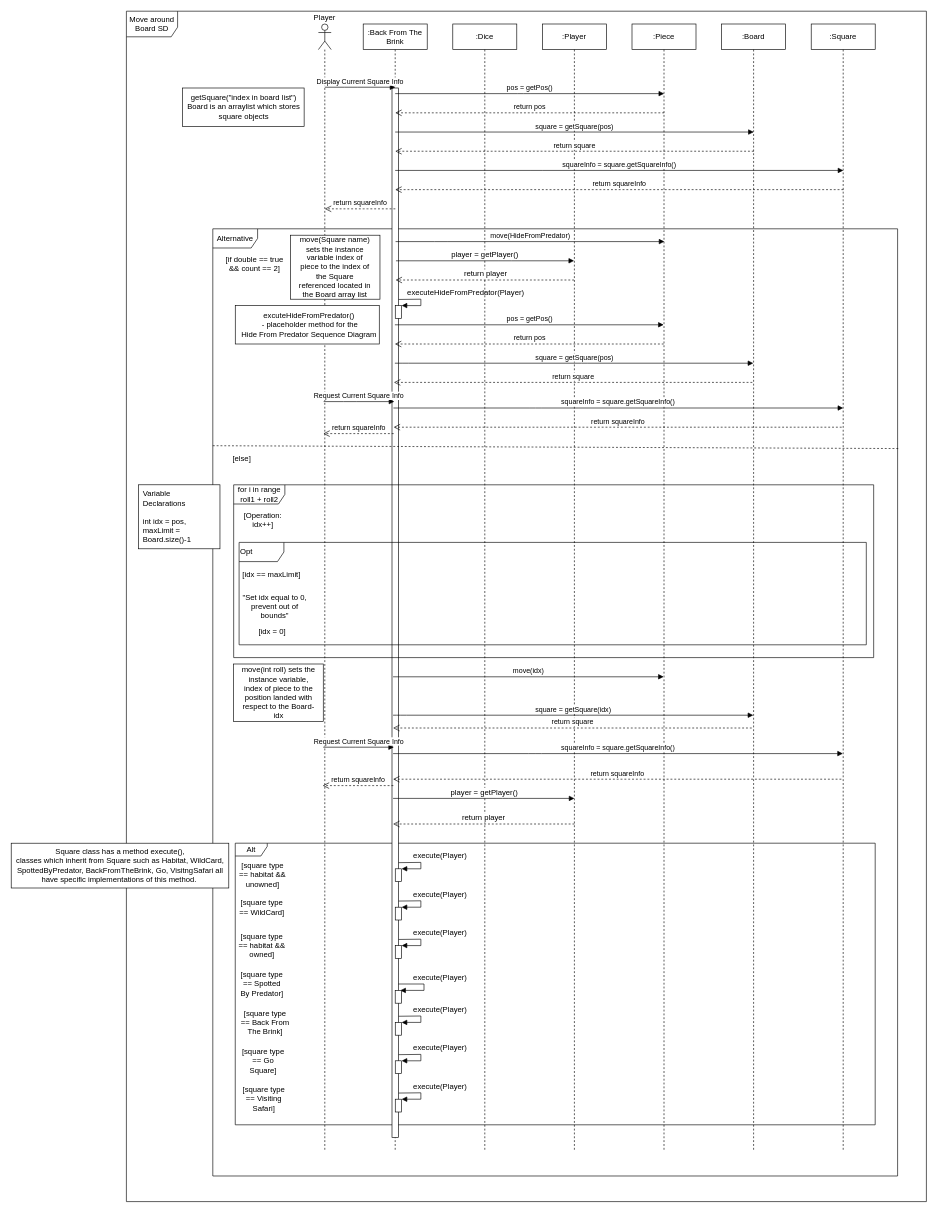
The draw.io diagram page "Page-1" (1 of 2) of Documentation/Sequence Diagrams/Move Around Board SD (draft).drawio in cmcgarry5/csc2058-2021-g25, before the edit. Source tidied: cells renumbered, new cells numbered last; positions are measured from the earlier drawing's top-left corner, leaving out a move shared by most shapes. Both pictures are drawn from the tidied source at 64%, with x=0, y=0 at pixel (11, 11).
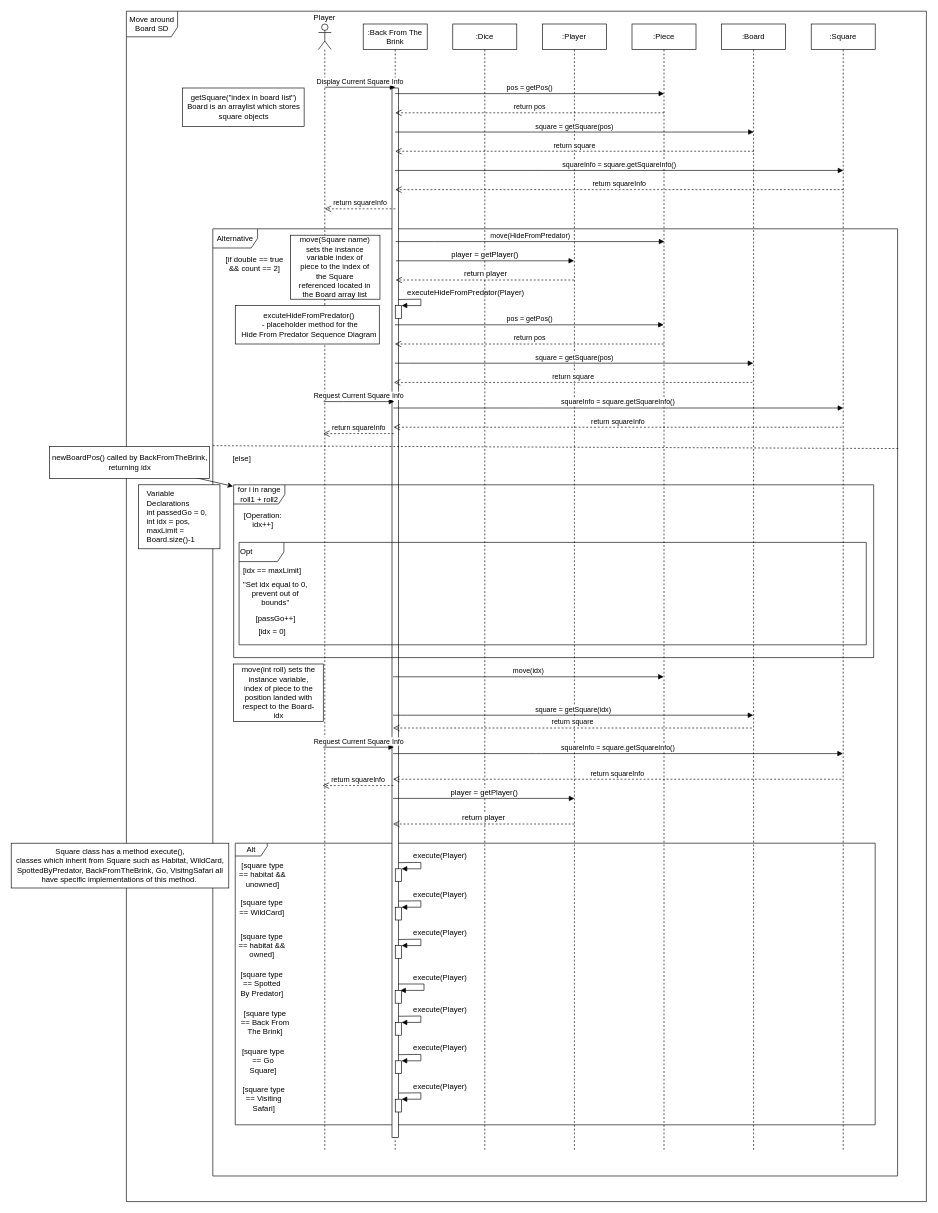
After the change.

The change refers to these unchanged cells:
```xml
<mxCell id="18" value="for i in range roll1 + roll2" style="shape=umlFrame;whiteSpace=wrap;html=1;width=80;height=30;" parent="1" vertex="1">
  <mxGeometry x="347.6" y="740" width="1000" height="270" as="geometry" />
</mxCell>
```

Diff of the diagram source:
```diff
@@
     <mxCell id="21" value="[idx == maxLimit]" style="text;html=1;strokeColor=none;fillColor=none;align=center;verticalAlign=middle;whiteSpace=wrap;rounded=0;" parent="1" vertex="1">
-      <mxGeometry x="357.4" y="870" width="100.2" height="20" as="geometry" />
+      <mxGeometry x="357.5" y="865" width="100.2" height="20" as="geometry" />
     </mxCell>
@@
     <mxCell id="23" value="&quot;Set idx equal to 0, prevent out of bounds&quot;" style="text;html=1;strokeColor=none;fillColor=none;align=center;verticalAlign=middle;whiteSpace=wrap;rounded=0;" parent="1" vertex="1">
-      <mxGeometry x="357.4" y="920" width="110" height="20" as="geometry" />
+      <mxGeometry x="357.6" y="900" width="110" height="20" as="geometry" />
     </mxCell>
@@
-    <mxCell id="78" value="Variable Declarations&lt;br&gt;&lt;br&gt;int idx = pos,&lt;br&gt;maxLimit = Board.size()-1" style="text;html=1;strokeColor=none;fillColor=none;align=left;verticalAlign=middle;whiteSpace=wrap;rounded=0;" parent="1" vertex="1">
-      <mxGeometry x="203.7" y="780" width="105" height="20" as="geometry" />
+    <mxCell id="78" value="Variable Declarations&lt;br&gt;int passedGo = 0,&lt;br&gt;int idx = pos,&lt;br&gt;maxLimit = Board.size()-1" style="text;html=1;strokeColor=none;fillColor=none;align=left;verticalAlign=middle;whiteSpace=wrap;rounded=0;" parent="1" vertex="1">
+      <mxGeometry x="210.1" y="780" width="105" height="20" as="geometry" />
     </mxCell>
@@
+    <mxCell id="94" style="endArrow=classic;html=1;entryX=-0.001;entryY=0.009;entryDx=0;entryDy=0;entryPerimeter=0;" parent="1" edge="1" source="96" target="18">
+      <mxGeometry relative="1" as="geometry" />
+    </mxCell>
+    <mxCell id="95" style="rounded=0;whiteSpace=wrap;html=1;" parent="1" vertex="1">
+      <mxGeometry x="60" y="680" width="250" height="50" as="geometry" />
+    </mxCell>
+    <mxCell id="96" value="newBoardPos() called by BackFromTheBrink,&lt;br&gt;returning idx" style="text;html=1;align=center;verticalAlign=middle;points=[];" parent="1" vertex="1">
+      <mxGeometry x="55" y="690" width="260" height="30" as="geometry" />
+    </mxCell>
+    <mxCell id="97" value="[passGo++]" style="text;html=1;align=center;verticalAlign=middle;" parent="1" vertex="1">
+      <mxGeometry x="372.6" y="940" width="80" height="20" as="geometry" />
+    </mxCell>
```
